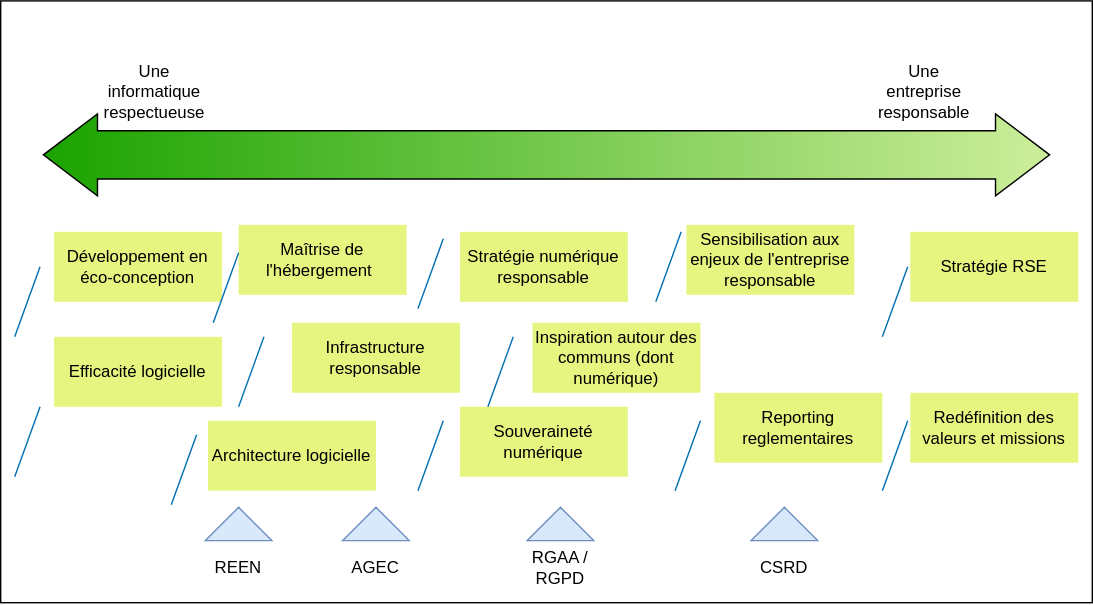
Before: img/expertises.drawio.svg, a diagram exported from draw.io (iroco-co/rezofora). Source tidied: cells renumbered, new cells last; positions are measured from the earlier drawing's top-left corner, leaving out a move shared by most shapes.
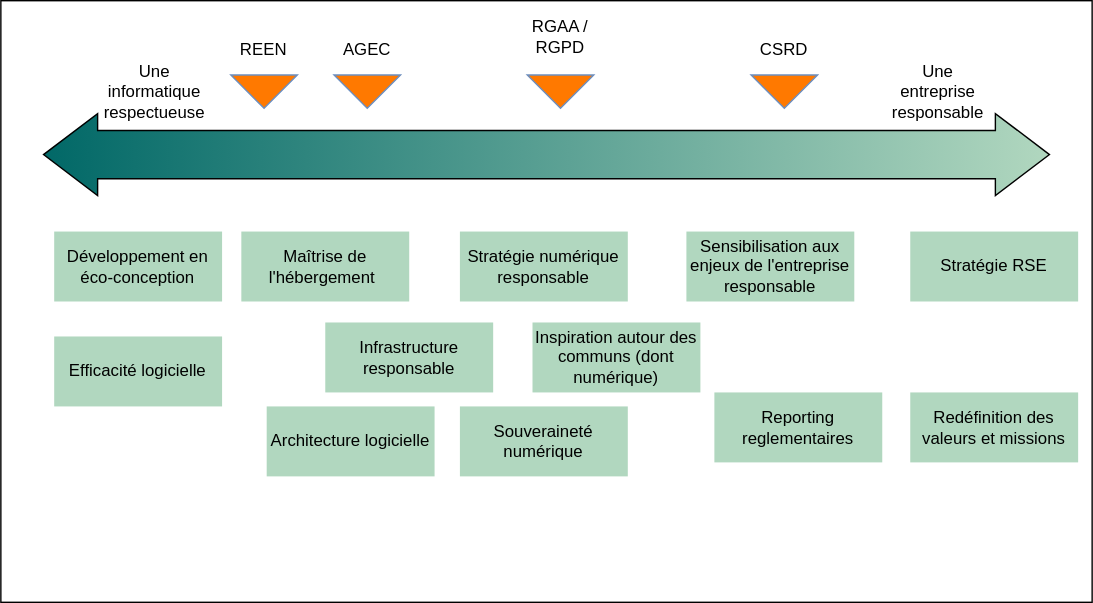
Later version of the same file.

Diff of the diagram source:
```diff
@@ -5,7 +5,7 @@
     <mxCell id="2" style="rounded=0;whiteSpace=wrap;html=1;" parent="1" vertex="1">
       <mxGeometry width="780" height="430" as="geometry" />
     </mxCell>
-    <mxCell id="3" style="shape=flexArrow;endArrow=classic;startArrow=classic;html=1;rounded=0;fillColor=#1ba300;gradientColor=#cdee9b;gradientDirection=east;width=34.48275862068966;endSize=12.553333333333333;endWidth=23.115338882282995;startWidth=23.115338882282995;startSize=12.553333333333333;" parent="1" edge="1">
+    <mxCell id="3" style="shape=flexArrow;endArrow=classic;startArrow=classic;html=1;rounded=0;fillColor=#016867;gradientColor=#B1D7BF;gradientDirection=east;width=34.48275862068966;endSize=12.553333333333333;endWidth=23.115338882282995;startWidth=23.115338882282995;startSize=12.553333333333333;" parent="1" edge="1">
       <mxGeometry relative="1" as="geometry">
         <mxPoint x="750" y="110" as="sourcePoint" />
         <mxPoint x="30" y="110" as="targetPoint" />
@@ -15,139 +15,67 @@
       <mxGeometry x="80" y="50" width="60" height="30" as="geometry" />
     </mxCell>
     <mxCell id="5" value="Une entreprise responsable" style="text;html=1;align=center;verticalAlign=middle;whiteSpace=wrap;rounded=0;" parent="1" vertex="1">
-      <mxGeometry x="630" y="50" width="60" height="30" as="geometry" />
+      <mxGeometry x="640" y="50" width="60" height="30" as="geometry" />
     </mxCell>
-    <mxCell id="6" style="triangle;whiteSpace=wrap;html=1;rotation=-90;fillColor=#dae8fc;strokeColor=#6c8ebf;" parent="1" vertex="1">
-      <mxGeometry x="158.1" y="350" width="23.8" height="47.5" as="geometry" />
+    <mxCell id="6" style="triangle;whiteSpace=wrap;html=1;rotation=-90;fillColor=#FF7900;strokeColor=#6c8ebf;direction=west;" parent="1" vertex="1">
+      <mxGeometry x="176.3" y="41.2" width="23.8" height="47.5" as="geometry" />
     </mxCell>
     <mxCell id="7" value="REEN" style="text;html=1;align=center;verticalAlign=middle;whiteSpace=wrap;rounded=0;" parent="1" vertex="1">
-      <mxGeometry x="140" y="390" width="60" height="30" as="geometry" />
+      <mxGeometry x="158.1" y="20" width="60" height="30" as="geometry" />
     </mxCell>
-    <mxCell id="8" style="triangle;whiteSpace=wrap;html=1;rotation=-90;fillColor=#dae8fc;strokeColor=#6c8ebf;" parent="1" vertex="1">
-      <mxGeometry x="256.2" y="350" width="23.8" height="47.5" as="geometry" />
+    <mxCell id="8" style="triangle;whiteSpace=wrap;html=1;rotation=-90;fillColor=#FF7900;strokeColor=#6c8ebf;direction=west;" parent="1" vertex="1">
+      <mxGeometry x="250" y="41.2" width="23.8" height="47.5" as="geometry" />
     </mxCell>
     <mxCell id="9" value="AGEC" style="text;html=1;align=center;verticalAlign=middle;whiteSpace=wrap;rounded=0;" parent="1" vertex="1">
-      <mxGeometry x="238.1" y="390" width="60" height="30" as="geometry" />
+      <mxGeometry x="231.9" y="20" width="60" height="30" as="geometry" />
     </mxCell>
-    <mxCell id="10" style="triangle;whiteSpace=wrap;html=1;rotation=-90;fillColor=#dae8fc;strokeColor=#6c8ebf;" parent="1" vertex="1">
-      <mxGeometry x="388.1" y="350" width="23.8" height="47.5" as="geometry" />
-    </mxCell>
     <mxCell id="11" value="RGAA / RGPD" style="text;html=1;align=center;verticalAlign=middle;whiteSpace=wrap;rounded=0;" parent="1" vertex="1">
-      <mxGeometry x="370" y="390" width="60" height="30" as="geometry" />
+      <mxGeometry x="370" y="11.2" width="60" height="30" as="geometry" />
     </mxCell>
-    <mxCell id="12" style="triangle;whiteSpace=wrap;html=1;rotation=-90;fillColor=#dae8fc;strokeColor=#6c8ebf;" parent="1" vertex="1">
-      <mxGeometry x="548.1" y="350" width="23.8" height="47.5" as="geometry" />
-    </mxCell>
     <mxCell id="13" value="CSRD" style="text;html=1;align=center;verticalAlign=middle;whiteSpace=wrap;rounded=0;" parent="1" vertex="1">
-      <mxGeometry x="530" y="390" width="60" height="30" as="geometry" />
+      <mxGeometry x="530" y="20" width="60" height="30" as="geometry" />
     </mxCell>
-    <mxCell id="14" value="Développement en éco-conception" style="rounded=0;whiteSpace=wrap;html=1;fillColor=#E5F57F;fontColor=#000000;strokeColor=none;" parent="1" vertex="1">
+    <mxCell id="14" value="Développement en éco-conception" style="rounded=0;whiteSpace=wrap;html=1;fillColor=#B1D7BF;fontColor=#000000;strokeColor=none;" parent="1" vertex="1">
       <mxGeometry x="38.1" y="165" width="120" height="50" as="geometry" />
     </mxCell>
-    <mxCell id="15" value="Maîtrise de l'hébergement&lt;span style=&quot;white-space: pre;&quot;&gt;&#9;&lt;/span&gt;" style="rounded=0;whiteSpace=wrap;html=1;fillColor=#E5F57F;fontColor=#000000;strokeColor=none;" parent="1" vertex="1">
-      <mxGeometry x="170" y="160" width="120" height="50" as="geometry" />
+    <mxCell id="15" value="Maîtrise de l'hébergement&lt;span style=&quot;white-space: pre;&quot;&gt;&#9;&lt;/span&gt;" style="rounded=0;whiteSpace=wrap;html=1;fillColor=#B1D7BF;fontColor=#000000;strokeColor=none;" parent="1" vertex="1">
+      <mxGeometry x="171.9" y="165" width="120" height="50" as="geometry" />
     </mxCell>
-    <mxCell id="16" value="Efficacité logicielle" style="rounded=0;whiteSpace=wrap;html=1;fillColor=#E5F57F;fontColor=#000000;strokeColor=none;" parent="1" vertex="1">
+    <mxCell id="16" value="Efficacité logicielle" style="rounded=0;whiteSpace=wrap;html=1;fillColor=#B1D7BF;fontColor=#000000;strokeColor=none;" parent="1" vertex="1">
       <mxGeometry x="38.1" y="240" width="120" height="50" as="geometry" />
     </mxCell>
-    <mxCell id="17" value="Infrastructure responsable" style="rounded=0;whiteSpace=wrap;html=1;fillColor=#E5F57F;fontColor=#000000;strokeColor=none;" parent="1" vertex="1">
-      <mxGeometry x="208.1" y="230" width="120" height="50" as="geometry" />
+    <mxCell id="17" value="Infrastructure responsable" style="rounded=0;whiteSpace=wrap;html=1;fillColor=#B1D7BF;fontColor=#000000;strokeColor=none;" parent="1" vertex="1">
+      <mxGeometry x="231.9" y="230" width="120" height="50" as="geometry" />
     </mxCell>
-    <mxCell id="18" value="Architecture logicielle" style="rounded=0;whiteSpace=wrap;html=1;fillColor=#E5F57F;fontColor=#000000;strokeColor=none;" parent="1" vertex="1">
-      <mxGeometry x="148.1" y="300" width="120" height="50" as="geometry" />
+    <mxCell id="18" value="Architecture logicielle" style="rounded=0;whiteSpace=wrap;html=1;fillColor=#B1D7BF;fontColor=#000000;strokeColor=none;" parent="1" vertex="1">
+      <mxGeometry x="190" y="290" width="120" height="50" as="geometry" />
     </mxCell>
-    <mxCell id="19" value="Souveraineté numérique" style="rounded=0;whiteSpace=wrap;html=1;fillColor=#E5F57F;fontColor=#000000;strokeColor=none;" parent="1" vertex="1">
+    <mxCell id="19" value="Souveraineté numérique" style="rounded=0;whiteSpace=wrap;html=1;fillColor=#B1D7BF;fontColor=#000000;strokeColor=none;" parent="1" vertex="1">
       <mxGeometry x="328.1" y="290" width="120" height="50" as="geometry" />
     </mxCell>
-    <mxCell id="20" value="Stratégie numérique responsable" style="rounded=0;whiteSpace=wrap;html=1;fillColor=#E5F57F;fontColor=#000000;strokeColor=none;" parent="1" vertex="1">
+    <mxCell id="20" value="Stratégie numérique responsable" style="rounded=0;whiteSpace=wrap;html=1;fillColor=#B1D7BF;fontColor=#000000;strokeColor=none;" parent="1" vertex="1">
       <mxGeometry x="328.1" y="165" width="120" height="50" as="geometry" />
     </mxCell>
-    <mxCell id="21" value="Inspiration autour des communs (dont numérique)" style="rounded=0;whiteSpace=wrap;html=1;fillColor=#E5F57F;fontColor=#000000;strokeColor=none;" parent="1" vertex="1">
+    <mxCell id="21" value="Inspiration autour des communs (dont numérique)" style="rounded=0;whiteSpace=wrap;html=1;fillColor=#B1D7BF;fontColor=#000000;strokeColor=none;" parent="1" vertex="1">
       <mxGeometry x="380" y="230" width="120" height="50" as="geometry" />
     </mxCell>
-    <mxCell id="22" value="Sensibilisation aux enjeux de l'entreprise responsable" style="rounded=0;whiteSpace=wrap;html=1;fillColor=#E5F57F;fontColor=#000000;strokeColor=none;" parent="1" vertex="1">
-      <mxGeometry x="490" y="160" width="120" height="50" as="geometry" />
+    <mxCell id="22" value="Sensibilisation aux enjeux de l'entreprise responsable" style="rounded=0;whiteSpace=wrap;html=1;fillColor=#B1D7BF;fontColor=#000000;strokeColor=none;" parent="1" vertex="1">
+      <mxGeometry x="490" y="165" width="120" height="50" as="geometry" />
     </mxCell>
-    <mxCell id="23" value="Stratégie RSE" style="rounded=0;whiteSpace=wrap;html=1;fillColor=#E5F57F;fontColor=#000000;strokeColor=none;" parent="1" vertex="1">
+    <mxCell id="23" value="Stratégie RSE" style="rounded=0;whiteSpace=wrap;html=1;fillColor=#B1D7BF;fontColor=#000000;strokeColor=none;" parent="1" vertex="1">
       <mxGeometry x="650" y="165" width="120" height="50" as="geometry" />
     </mxCell>
-    <mxCell id="24" value="Reporting reglementaires" style="rounded=0;whiteSpace=wrap;html=1;fillColor=#E5F57F;fontColor=#000000;strokeColor=none;" parent="1" vertex="1">
+    <mxCell id="24" value="Reporting reglementaires" style="rounded=0;whiteSpace=wrap;html=1;fillColor=#B1D7BF;fontColor=#000000;strokeColor=none;" parent="1" vertex="1">
       <mxGeometry x="510" y="280" width="120" height="50" as="geometry" />
     </mxCell>
-    <mxCell id="25" value="Redéfinition des valeurs et missions" style="rounded=0;whiteSpace=wrap;html=1;fillColor=#E5F57F;fontColor=#000000;strokeColor=none;" parent="1" vertex="1">
+    <mxCell id="25" value="Redéfinition des valeurs et missions" style="rounded=0;whiteSpace=wrap;html=1;fillColor=#B1D7BF;fontColor=#000000;strokeColor=none;" parent="1" vertex="1">
       <mxGeometry x="650" y="280" width="120" height="50" as="geometry" />
     </mxCell>
-    <mxCell id="26" style="endArrow=none;html=1;rounded=0;fillColor=#1ba1e2;strokeColor=#006EAF;" parent="1" edge="1">
-      <mxGeometry relative="1" as="geometry">
-        <mxPoint x="10" y="240" as="sourcePoint" />
-        <mxPoint x="28.1" y="190" as="targetPoint" />
-      </mxGeometry>
-    </mxCell>
-    <mxCell id="27" style="endArrow=none;html=1;rounded=0;fillColor=#1ba1e2;strokeColor=#006EAF;" parent="1" edge="1">
-      <mxGeometry relative="1" as="geometry">
-        <mxPoint x="10" y="340" as="sourcePoint" />
-        <mxPoint x="28.1" y="290" as="targetPoint" />
-      </mxGeometry>
-    </mxCell>
-    <mxCell id="28" style="endArrow=none;html=1;rounded=0;fillColor=#1ba1e2;strokeColor=#006EAF;" parent="1" edge="1">
-      <mxGeometry relative="1" as="geometry">
-        <mxPoint x="151.9" y="230" as="sourcePoint" />
-        <mxPoint x="170" y="180" as="targetPoint" />
-      </mxGeometry>
-    </mxCell>
-    <mxCell id="29" style="endArrow=none;html=1;rounded=0;fillColor=#1ba1e2;strokeColor=#006EAF;" parent="1" edge="1">
-      <mxGeometry relative="1" as="geometry">
-        <mxPoint x="121.9" y="360" as="sourcePoint" />
-        <mxPoint x="140" y="310" as="targetPoint" />
-      </mxGeometry>
-    </mxCell>
-    <mxCell id="30" style="endArrow=none;html=1;rounded=0;fillColor=#1ba1e2;strokeColor=#006EAF;" parent="1" edge="1">
-      <mxGeometry relative="1" as="geometry">
-        <mxPoint x="170" y="290" as="sourcePoint" />
-        <mxPoint x="188.1" y="240" as="targetPoint" />
-      </mxGeometry>
-    </mxCell>
-    <mxCell id="31" style="endArrow=none;html=1;rounded=0;fillColor=#1ba1e2;strokeColor=#006EAF;" parent="1" edge="1">
-      <mxGeometry relative="1" as="geometry">
-        <mxPoint x="298.1" y="350" as="sourcePoint" />
-        <mxPoint x="316.2" y="300" as="targetPoint" />
-      </mxGeometry>
-    </mxCell>
-    <mxCell id="32" style="endArrow=none;html=1;rounded=0;fillColor=#1ba1e2;strokeColor=#006EAF;" parent="1" edge="1">
-      <mxGeometry relative="1" as="geometry">
-        <mxPoint x="298.1" y="220" as="sourcePoint" />
-        <mxPoint x="316.2" y="170" as="targetPoint" />
-      </mxGeometry>
-    </mxCell>
-    <mxCell id="33" style="endArrow=none;html=1;rounded=0;fillColor=#1ba1e2;strokeColor=#006EAF;" parent="1" edge="1">
-      <mxGeometry relative="1" as="geometry">
-        <mxPoint x="348.1" y="290" as="sourcePoint" />
-        <mxPoint x="366.2" y="240" as="targetPoint" />
-      </mxGeometry>
-    </mxCell>
-    <mxCell id="34" style="endArrow=none;html=1;rounded=0;fillColor=#1ba1e2;strokeColor=#006EAF;" parent="1" edge="1">
-      <mxGeometry relative="1" as="geometry">
-        <mxPoint x="468.1" y="215" as="sourcePoint" />
-        <mxPoint x="486.2" y="165" as="targetPoint" />
-      </mxGeometry>
-    </mxCell>
-    <mxCell id="35" style="endArrow=none;html=1;rounded=0;fillColor=#1ba1e2;strokeColor=#006EAF;" parent="1" edge="1">
-      <mxGeometry relative="1" as="geometry">
-        <mxPoint x="481.9" y="350" as="sourcePoint" />
-        <mxPoint x="500" y="300" as="targetPoint" />
-      </mxGeometry>
-    </mxCell>
-    <mxCell id="36" style="endArrow=none;html=1;rounded=0;fillColor=#1ba1e2;strokeColor=#006EAF;" parent="1" edge="1">
-      <mxGeometry relative="1" as="geometry">
-        <mxPoint x="630" y="240" as="sourcePoint" />
-        <mxPoint x="648.1" y="190" as="targetPoint" />
-      </mxGeometry>
-    </mxCell>
-    <mxCell id="37" style="endArrow=none;html=1;rounded=0;fillColor=#1ba1e2;strokeColor=#006EAF;" parent="1" edge="1">
-      <mxGeometry relative="1" as="geometry">
-        <mxPoint x="630" y="350" as="sourcePoint" />
-        <mxPoint x="648.1" y="300" as="targetPoint" />
-      </mxGeometry>
-    </mxCell>
+    <mxCell id="38" style="triangle;whiteSpace=wrap;html=1;rotation=-90;fillColor=#FF7900;strokeColor=#6c8ebf;direction=west;" parent="1" vertex="1">
+      <mxGeometry x="388.1" y="41.2" width="23.8" height="47.5" as="geometry" />
+    </mxCell>
+    <mxCell id="39" style="triangle;whiteSpace=wrap;html=1;rotation=-90;fillColor=#FF7900;strokeColor=#6c8ebf;direction=west;" parent="1" vertex="1">
+      <mxGeometry x="548.1" y="41.2" width="23.8" height="47.5" as="geometry" />
+    </mxCell>
   </root>
 </mxGraphModel>
```
